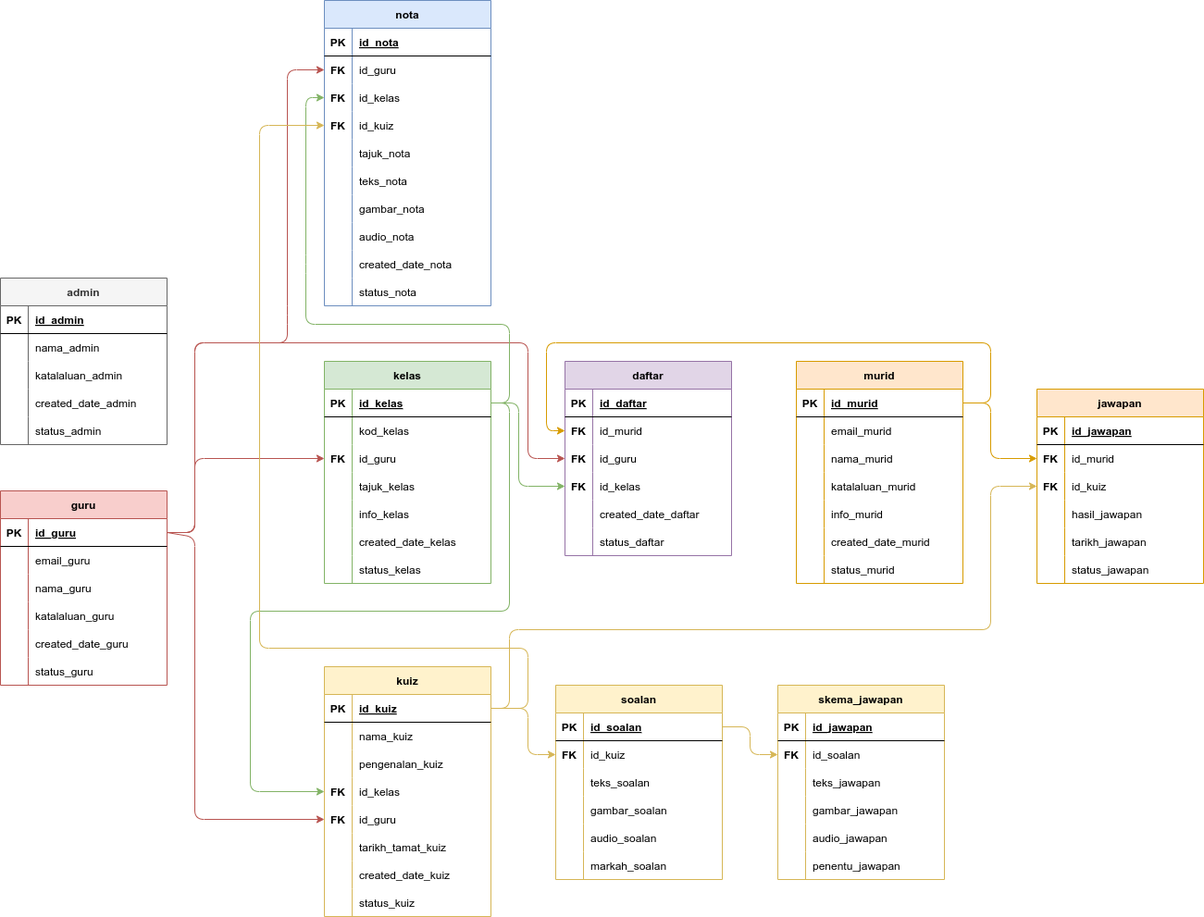
Danialdev01/EksTaba keeps this draw.io diagram as documentation/diagrams/erd.png. Above is the earlier version. Source tidied: cells renumbered, new cells last; positions are measured from the earlier drawing's top-left corner, leaving out a move shared by most shapes.
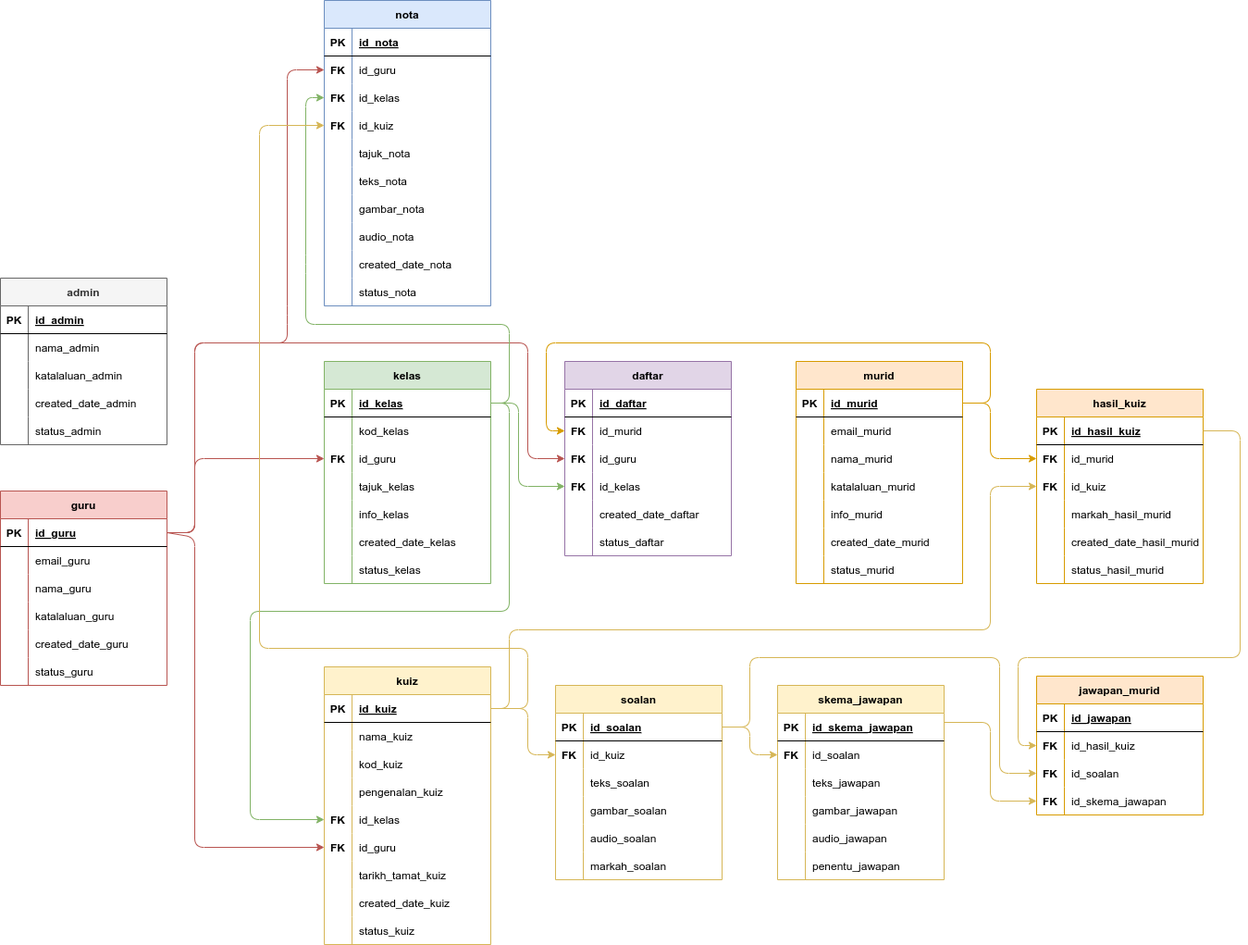
The same diagram one commit later.

Change to the diagram source:
```diff
@@ -202,3 +202,3 @@
     <mxCell id="66" value="kuiz" style="shape=table;startSize=30;rowLines=0;fontStyle=1;align=center;fillColor=#fff2cc;strokeColor=#d6b656;" parent="1" vertex="1">
-      <mxGeometry x="350" y="720" width="180" height="270" as="geometry" />
+      <mxGeometry x="350" y="720" width="180" height="300" as="geometry" />
     </mxCell>
@@ -228,3 +228,3 @@
     </mxCell>
-    <mxCell id="75" value="pengenalan_kuiz" style="shape=partialRectangle;fillColor=none;top=0;left=0;bottom=0;right=0;align=left;spacingLeft=6;overflow=hidden;" parent="73" vertex="1">
+    <mxCell id="75" value="kod_kuiz" style="shape=partialRectangle;fillColor=none;top=0;left=0;bottom=0;right=0;align=left;spacingLeft=6;overflow=hidden;" parent="73" vertex="1">
       <mxGeometry x="30" width="150" height="30" as="geometry" />
@@ -234,6 +234,6 @@
     </mxCell>
-    <mxCell id="77" value="FK" style="shape=partialRectangle;fillColor=none;top=0;left=0;bottom=0;right=0;overflow=hidden;fontStyle=1;" parent="76" vertex="1">
+    <mxCell id="77" style="shape=partialRectangle;fillColor=none;top=0;left=0;bottom=0;right=0;overflow=hidden;fontStyle=1;" parent="76" vertex="1">
       <mxGeometry width="30" height="30" as="geometry" />
     </mxCell>
-    <mxCell id="78" value="id_kelas" style="shape=partialRectangle;fillColor=none;top=0;left=0;bottom=0;right=0;align=left;spacingLeft=6;overflow=hidden;" parent="76" vertex="1">
+    <mxCell id="78" value="pengenalan_kuiz" style="shape=partialRectangle;fillColor=none;top=0;left=0;bottom=0;right=0;align=left;spacingLeft=6;overflow=hidden;" parent="76" vertex="1">
       <mxGeometry x="30" width="150" height="30" as="geometry" />
@@ -246,3 +246,3 @@
     </mxCell>
-    <mxCell id="81" value="id_guru" style="shape=partialRectangle;fillColor=none;top=0;left=0;bottom=0;right=0;align=left;spacingLeft=6;overflow=hidden;" parent="79" vertex="1">
+    <mxCell id="81" value="id_kelas" style="shape=partialRectangle;fillColor=none;top=0;left=0;bottom=0;right=0;align=left;spacingLeft=6;overflow=hidden;" parent="79" vertex="1">
       <mxGeometry x="30" width="150" height="30" as="geometry" />
@@ -252,6 +252,6 @@
     </mxCell>
-    <mxCell id="83" style="shape=partialRectangle;fillColor=none;top=0;left=0;bottom=0;right=0;overflow=hidden;" parent="82" vertex="1">
+    <mxCell id="83" value="FK" style="shape=partialRectangle;fillColor=none;top=0;left=0;bottom=0;right=0;overflow=hidden;fontStyle=1;" parent="82" vertex="1">
       <mxGeometry width="30" height="30" as="geometry" />
     </mxCell>
-    <mxCell id="84" value="tarikh_tamat_kuiz" style="shape=partialRectangle;fillColor=none;top=0;left=0;bottom=0;right=0;align=left;spacingLeft=6;overflow=hidden;" parent="82" vertex="1">
+    <mxCell id="84" value="id_guru" style="shape=partialRectangle;fillColor=none;top=0;left=0;bottom=0;right=0;align=left;spacingLeft=6;overflow=hidden;" parent="82" vertex="1">
       <mxGeometry x="30" width="150" height="30" as="geometry" />
@@ -264,3 +264,3 @@
     </mxCell>
-    <mxCell id="87" value="created_date_kuiz" style="shape=partialRectangle;fillColor=none;top=0;left=0;bottom=0;right=0;align=left;spacingLeft=6;overflow=hidden;" parent="85" vertex="1">
+    <mxCell id="87" value="tarikh_tamat_kuiz" style="shape=partialRectangle;fillColor=none;top=0;left=0;bottom=0;right=0;align=left;spacingLeft=6;overflow=hidden;" parent="85" vertex="1">
       <mxGeometry x="30" width="150" height="30" as="geometry" />
@@ -273,5 +273,14 @@
     </mxCell>
-    <mxCell id="90" value="status_kuiz" style="shape=partialRectangle;fillColor=none;top=0;left=0;bottom=0;right=0;align=left;spacingLeft=6;overflow=hidden;" parent="88" vertex="1">
+    <mxCell id="90" value="created_date_kuiz" style="shape=partialRectangle;fillColor=none;top=0;left=0;bottom=0;right=0;align=left;spacingLeft=6;overflow=hidden;" parent="88" vertex="1">
       <mxGeometry x="30" width="150" height="30" as="geometry" />
     </mxCell>
+    <mxCell id="226" style="shape=tableRow;horizontal=0;startSize=0;swimlaneHead=0;swimlaneBody=0;fillColor=none;top=0;left=0;right=0;bottom=0;" parent="66" vertex="1">
+      <mxGeometry y="270" width="180" height="30" as="geometry" />
+    </mxCell>
+    <mxCell id="227" style="shape=partialRectangle;fillColor=none;top=0;left=0;bottom=0;right=0;overflow=hidden;" parent="226" vertex="1">
+      <mxGeometry width="30" height="30" as="geometry" />
+    </mxCell>
+    <mxCell id="228" value="status_kuiz" style="shape=partialRectangle;fillColor=none;top=0;left=0;bottom=0;right=0;align=left;spacingLeft=6;overflow=hidden;" parent="226" vertex="1">
+      <mxGeometry x="30" width="150" height="30" as="geometry" />
+    </mxCell>
     <mxCell id="91" value="soalan" style="shape=table;startSize=30;rowLines=0;fontStyle=1;align=center;fillColor=#fff2cc;strokeColor=#d6b656;" parent="1" vertex="1">
@@ -333,3 +342,3 @@
     </mxCell>
-    <mxCell id="110" style="edgeStyle=none;html=1;exitX=1;exitY=0.5;exitDx=0;exitDy=0;entryX=0;entryY=0.5;entryDx=0;entryDy=0;fillColor=#f8cecc;strokeColor=#b85450;" parent="1" edge="1" source="47" target="79">
+    <mxCell id="110" style="edgeStyle=none;html=1;exitX=1;exitY=0.5;exitDx=0;exitDy=0;entryX=0;entryY=0.5;entryDx=0;entryDy=0;fillColor=#f8cecc;strokeColor=#b85450;" parent="1" edge="1" source="47" target="82">
       <mxGeometry relative="1" as="geometry">
@@ -337,3 +346,3 @@
           <mxPoint x="210" y="580" />
-          <mxPoint x="210" y="885" />
+          <mxPoint x="210" y="915" />
         </Array>
@@ -341,3 +350,3 @@
     </mxCell>
-    <mxCell id="111" style="edgeStyle=none;html=1;exitX=1;exitY=0.5;exitDx=0;exitDy=0;entryX=0;entryY=0.5;entryDx=0;entryDy=0;fillColor=#d5e8d4;strokeColor=#82b366;" parent="1" edge="1" source="3" target="76">
+    <mxCell id="111" style="edgeStyle=none;html=1;exitX=1;exitY=0.5;exitDx=0;exitDy=0;entryX=0;entryY=0.5;entryDx=0;entryDy=0;fillColor=#d5e8d4;strokeColor=#82b366;" parent="1" edge="1" source="3" target="79">
       <mxGeometry relative="1" as="geometry">
@@ -347,3 +356,3 @@
           <mxPoint x="270" y="660" />
-          <mxPoint x="270" y="855" />
+          <mxPoint x="270" y="885" />
         </Array>
@@ -453,3 +462,3 @@
     </mxCell>
-    <mxCell id="138" value="id_jawapan" style="shape=partialRectangle;fillColor=none;top=0;left=0;bottom=0;right=0;align=left;spacingLeft=6;fontStyle=5;overflow=hidden;" parent="136" vertex="1">
+    <mxCell id="138" value="id_skema_jawapan" style="shape=partialRectangle;fillColor=none;top=0;left=0;bottom=0;right=0;align=left;spacingLeft=6;fontStyle=5;overflow=hidden;" parent="136" vertex="1">
       <mxGeometry x="30" width="150" height="30" as="geometry" />
@@ -682,3 +691,3 @@
     </mxCell>
-    <mxCell id="205" value="jawapan" style="shape=table;startSize=30;rowLines=0;fontStyle=1;align=center;fillColor=#ffe6cc;strokeColor=#d79b00;" parent="1" vertex="1">
+    <mxCell id="205" value="hasil_kuiz" style="shape=table;startSize=30;rowLines=0;fontStyle=1;align=center;fillColor=#ffe6cc;strokeColor=#d79b00;" parent="1" vertex="1">
       <mxGeometry x="1120" y="420" width="180" height="210" as="geometry" />
@@ -691,3 +700,3 @@
     </mxCell>
-    <mxCell id="208" value="id_jawapan" style="shape=partialRectangle;fillColor=none;top=0;left=0;bottom=0;right=0;align=left;spacingLeft=6;fontStyle=5;overflow=hidden;" parent="206" vertex="1">
+    <mxCell id="208" value="id_hasil_kuiz" style="shape=partialRectangle;fillColor=none;top=0;left=0;bottom=0;right=0;align=left;spacingLeft=6;fontStyle=5;overflow=hidden;" parent="206" vertex="1">
       <mxGeometry x="30" width="150" height="30" as="geometry" />
@@ -712,20 +721,20 @@
     </mxCell>
-    <mxCell id="215" style="shape=tableRow;horizontal=0;startSize=0;swimlaneHead=0;swimlaneBody=0;fillColor=none;points=[[0,0.5],[1,0.5]];portConstraint=eastwest;top=0;left=0;right=0;bottom=0;" parent="205" vertex="1">
-      <mxGeometry y="120" width="180" height="30" as="geometry" />
-    </mxCell>
-    <mxCell id="216" style="shape=partialRectangle;fillColor=none;top=0;left=0;bottom=0;right=0;overflow=hidden;" parent="215" vertex="1">
-      <mxGeometry width="30" height="30" as="geometry" />
-    </mxCell>
-    <mxCell id="217" value="hasil_jawapan" style="shape=partialRectangle;fillColor=none;top=0;left=0;bottom=0;right=0;align=left;spacingLeft=6;overflow=hidden;" parent="215" vertex="1">
-      <mxGeometry x="30" width="150" height="30" as="geometry" />
-    </mxCell>
     <mxCell id="218" style="shape=tableRow;horizontal=0;startSize=0;swimlaneHead=0;swimlaneBody=0;fillColor=none;top=0;left=0;right=0;bottom=0;" parent="205" vertex="1">
-      <mxGeometry y="150" width="180" height="30" as="geometry" />
+      <mxGeometry y="120" width="180" height="30" as="geometry" />
     </mxCell>
-    <mxCell id="219" style="shape=partialRectangle;fillColor=none;top=0;left=0;bottom=0;right=0;overflow=hidden;" parent="218" vertex="1">
+    <mxCell id="219" style="shape=partialRectangle;fillColor=none;top=0;left=0;bottom=0;right=0;overflow=hidden;fontStyle=1;" parent="218" vertex="1">
       <mxGeometry width="30" height="30" as="geometry" />
     </mxCell>
-    <mxCell id="220" value="tarikh_jawapan" style="shape=partialRectangle;fillColor=none;top=0;left=0;bottom=0;right=0;align=left;spacingLeft=6;overflow=hidden;" parent="218" vertex="1">
+    <mxCell id="220" value="markah_hasil_murid" style="shape=partialRectangle;fillColor=none;top=0;left=0;bottom=0;right=0;align=left;spacingLeft=6;overflow=hidden;" parent="218" vertex="1">
       <mxGeometry x="30" width="150" height="30" as="geometry" />
     </mxCell>
+    <mxCell id="229" style="shape=tableRow;horizontal=0;startSize=0;swimlaneHead=0;swimlaneBody=0;fillColor=none;top=0;left=0;right=0;bottom=0;" parent="205" vertex="1">
+      <mxGeometry y="150" width="180" height="30" as="geometry" />
+    </mxCell>
+    <mxCell id="230" style="shape=partialRectangle;fillColor=none;top=0;left=0;bottom=0;right=0;overflow=hidden;fontStyle=1;" parent="229" vertex="1">
+      <mxGeometry width="30" height="30" as="geometry" />
+    </mxCell>
+    <mxCell id="231" value="created_date_hasil_murid" style="shape=partialRectangle;fillColor=none;top=0;left=0;bottom=0;right=0;align=left;spacingLeft=6;overflow=hidden;" parent="229" vertex="1">
+      <mxGeometry x="30" width="150" height="30" as="geometry" />
+    </mxCell>
     <mxCell id="221" style="shape=tableRow;horizontal=0;startSize=0;swimlaneHead=0;swimlaneBody=0;fillColor=none;top=0;left=0;right=0;bottom=0;" parent="205" vertex="1">
@@ -733,8 +742,8 @@
     </mxCell>
-    <mxCell id="222" style="shape=partialRectangle;fillColor=none;top=0;left=0;bottom=0;right=0;overflow=hidden;" parent="221" vertex="1">
-      <mxGeometry width="30" height="30" as="geometry" />
-    </mxCell>
-    <mxCell id="223" value="status_jawapan" style="shape=partialRectangle;fillColor=none;top=0;left=0;bottom=0;right=0;align=left;spacingLeft=6;overflow=hidden;" parent="221" vertex="1">
-      <mxGeometry x="30" width="150" height="30" as="geometry" />
-    </mxCell>
+    <mxCell id="232" style="shape=partialRectangle;fillColor=none;top=0;left=0;bottom=0;right=0;overflow=hidden;fontStyle=1;" parent="221" vertex="1">
+      <mxGeometry width="30" height="30" as="geometry" />
+    </mxCell>
+    <mxCell id="233" value="status_hasil_murid" style="shape=partialRectangle;fillColor=none;top=0;left=0;bottom=0;right=0;align=left;spacingLeft=6;overflow=hidden;" parent="221" vertex="1">
+      <mxGeometry x="30" width="150" height="30" as="geometry" />
+    </mxCell>
     <mxCell id="224" style="edgeStyle=none;html=1;exitX=1;exitY=0.5;exitDx=0;exitDy=0;entryX=0;entryY=0.5;entryDx=0;entryDy=0;fillColor=#ffe6cc;strokeColor=#d79b00;" parent="1" edge="1" source="25" target="209">
@@ -757,2 +766,70 @@
     </mxCell>
+    <mxCell id="234" value="jawapan_murid" style="shape=table;startSize=30;rowLines=0;fontStyle=1;align=center;fillColor=#ffe6cc;strokeColor=#d79b00;" parent="1" vertex="1">
+      <mxGeometry x="1120" y="730" width="180" height="150" as="geometry" />
+    </mxCell>
+    <mxCell id="235" style="shape=tableRow;horizontal=0;startSize=0;swimlaneHead=0;swimlaneBody=0;fillColor=none;top=0;left=0;right=0;bottom=1;" parent="234" vertex="1">
+      <mxGeometry y="30" width="180" height="30" as="geometry" />
+    </mxCell>
+    <mxCell id="236" value="PK" style="shape=partialRectangle;fillColor=none;top=0;left=0;bottom=0;right=0;fontStyle=1;overflow=hidden;" parent="235" vertex="1">
+      <mxGeometry width="30" height="30" as="geometry" />
+    </mxCell>
+    <mxCell id="237" value="id_jawapan" style="shape=partialRectangle;fillColor=none;top=0;left=0;bottom=0;right=0;align=left;spacingLeft=6;fontStyle=5;overflow=hidden;" parent="235" vertex="1">
+      <mxGeometry x="30" width="150" height="30" as="geometry" />
+    </mxCell>
+    <mxCell id="238" style="shape=tableRow;horizontal=0;startSize=0;swimlaneHead=0;swimlaneBody=0;fillColor=none;points=[[0,0.5],[1,0.5]];portConstraint=eastwest;top=0;left=0;right=0;bottom=0;" parent="234" vertex="1">
+      <mxGeometry y="60" width="180" height="30" as="geometry" />
+    </mxCell>
+    <mxCell id="239" value="FK" style="shape=partialRectangle;fillColor=none;top=0;left=0;bottom=0;right=0;overflow=hidden;fontStyle=1;" parent="238" vertex="1">
+      <mxGeometry width="30" height="30" as="geometry" />
+    </mxCell>
+    <mxCell id="240" value="id_hasil_kuiz" style="shape=partialRectangle;fillColor=none;top=0;left=0;bottom=0;right=0;align=left;spacingLeft=6;overflow=hidden;" parent="238" vertex="1">
+      <mxGeometry x="30" width="150" height="30" as="geometry" />
+    </mxCell>
+    <mxCell id="241" style="shape=tableRow;horizontal=0;startSize=0;swimlaneHead=0;swimlaneBody=0;fillColor=none;points=[[0,0.5],[1,0.5]];portConstraint=eastwest;top=0;left=0;right=0;bottom=0;" parent="234" vertex="1">
+      <mxGeometry y="90" width="180" height="30" as="geometry" />
+    </mxCell>
+    <mxCell id="242" value="FK" style="shape=partialRectangle;fillColor=none;top=0;left=0;bottom=0;right=0;overflow=hidden;fontStyle=1;" parent="241" vertex="1">
+      <mxGeometry width="30" height="30" as="geometry" />
+    </mxCell>
+    <mxCell id="243" value="id_soalan" style="shape=partialRectangle;fillColor=none;top=0;left=0;bottom=0;right=0;align=left;spacingLeft=6;overflow=hidden;" parent="241" vertex="1">
+      <mxGeometry x="30" width="150" height="30" as="geometry" />
+    </mxCell>
+    <mxCell id="215" style="shape=tableRow;horizontal=0;startSize=0;swimlaneHead=0;swimlaneBody=0;fillColor=none;points=[[0,0.5],[1,0.5]];portConstraint=eastwest;top=0;left=0;right=0;bottom=0;" parent="234" vertex="1">
+      <mxGeometry y="120" width="180" height="30" as="geometry" />
+    </mxCell>
+    <mxCell id="244" value="FK" style="shape=partialRectangle;fillColor=none;top=0;left=0;bottom=0;right=0;overflow=hidden;fontStyle=1;" parent="215" vertex="1">
+      <mxGeometry width="30" height="30" as="geometry" />
+    </mxCell>
+    <mxCell id="245" value="id_skema_jawapan" style="shape=partialRectangle;fillColor=none;top=0;left=0;bottom=0;right=0;align=left;spacingLeft=6;overflow=hidden;" parent="215" vertex="1">
+      <mxGeometry x="30" width="150" height="30" as="geometry" />
+    </mxCell>
+    <mxCell id="246" style="edgeStyle=none;html=1;exitX=1;exitY=0.5;exitDx=0;exitDy=0;entryX=0;entryY=0.5;entryDx=0;entryDy=0;fillColor=#fff2cc;gradientColor=#ffd966;strokeColor=#d6b656;" parent="1" edge="1" source="206" target="238">
+      <mxGeometry relative="1" as="geometry">
+        <Array as="points">
+          <mxPoint x="1340" y="465" />
+          <mxPoint x="1340" y="710" />
+          <mxPoint x="1100" y="710" />
+          <mxPoint x="1100" y="805" />
+        </Array>
+      </mxGeometry>
+    </mxCell>
+    <mxCell id="247" style="edgeStyle=none;html=1;exitX=1;exitY=0.5;exitDx=0;exitDy=0;entryX=0;entryY=0.5;entryDx=0;entryDy=0;fillColor=#fff2cc;gradientColor=#ffd966;strokeColor=#d6b656;" parent="1" edge="1" target="215">
+      <mxGeometry relative="1" as="geometry">
+        <mxPoint x="1020" y="780" as="sourcePoint" />
+        <Array as="points">
+          <mxPoint x="1070" y="780" />
+          <mxPoint x="1070" y="865" />
+        </Array>
+      </mxGeometry>
+    </mxCell>
+    <mxCell id="248" style="edgeStyle=none;html=1;exitX=1;exitY=0.5;exitDx=0;exitDy=0;entryX=0;entryY=0.5;entryDx=0;entryDy=0;fillColor=#fff2cc;gradientColor=#ffd966;strokeColor=#d6b656;" parent="1" edge="1" source="92" target="241">
+      <mxGeometry relative="1" as="geometry">
+        <Array as="points">
+          <mxPoint x="810" y="785" />
+          <mxPoint x="810" y="710" />
+          <mxPoint x="1080" y="710" />
+          <mxPoint x="1080" y="835" />
+        </Array>
+      </mxGeometry>
+    </mxCell>
   </root>
```
